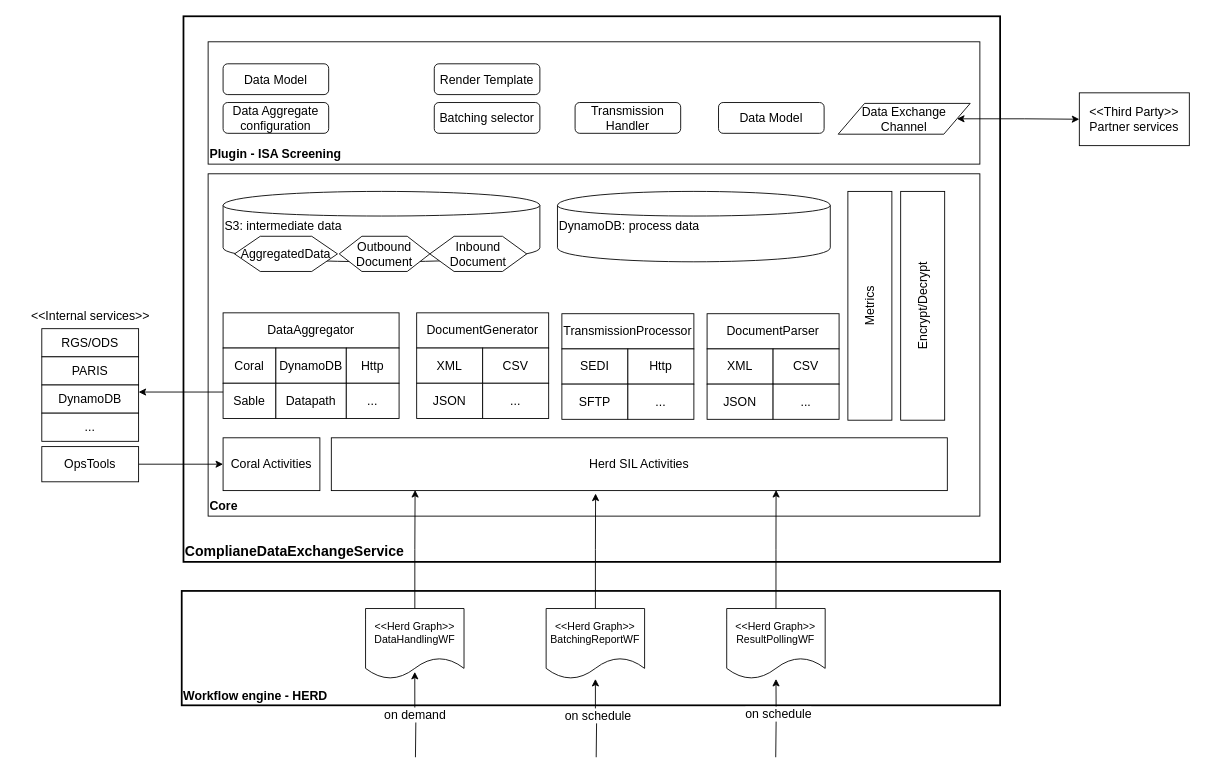
This is Untitled Diagram.drawio from dongposhi/Mimicat, a draw.io file, before an edit. Source tidied: cells renumbered, new cells numbered last; positions are measured from the earlier drawing's top-left corner, leaving out a move shared by most shapes. Both pictures are drawn from the tidied source at 88%, with x=0, y=0 at pixel (24, 16).
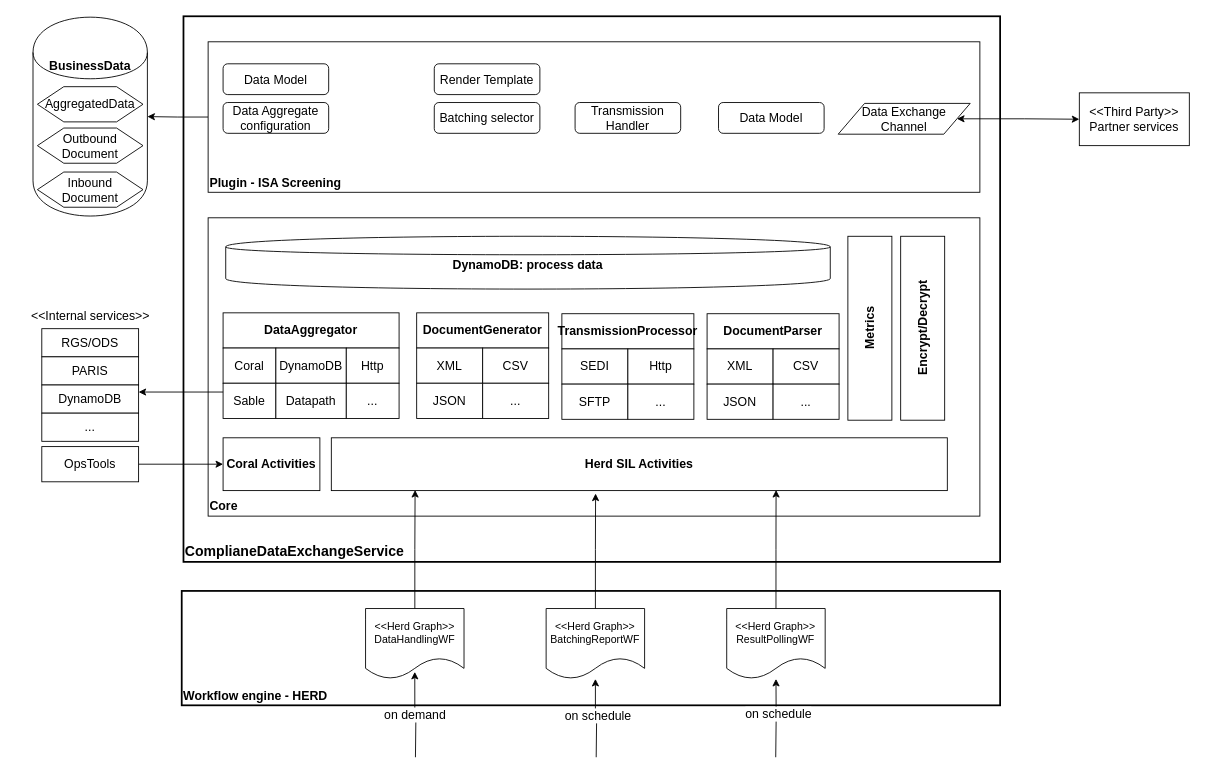
The same page after the edit.

Commit message:
Move business data storage to plugin domain

The change refers to these unchanged cells:
```xml
<mxCell id="3" style="group;" parent="1" vertex="1">
  <mxGeometry x="749" y="409" width="470" height="230" as="geometry" />
</mxCell>
<mxCell id="32" style="group;" parent="1" vertex="1">
  <mxGeometry x="226" y="317" width="200" height="140" as="geometry" />
</mxCell>
<mxCell id="40" style="group;" parent="1" vertex="1">
  <mxGeometry x="611" y="338" width="150" height="120" as="geometry" />
</mxCell>
<mxCell id="46" style="group;" parent="1" vertex="1">
  <mxGeometry x="446" y="337" width="150" height="120" as="geometry" />
</mxCell>
```

Change to the diagram source:
```diff
@@
     <mxCell id="4" value="Core" style="rounded=0;whiteSpace=wrap;html=1;fontSize=14;align=left;verticalAlign=bottom;fontStyle=1;" parent="3" vertex="1">
-      <mxGeometry x="-540" y="-230" width="877" height="389" as="geometry" />
+      <mxGeometry x="-540" y="-180" width="877" height="339" as="geometry" />
     </mxCell>
-    <mxCell id="5" value="DocumentParser" style="rounded=0;whiteSpace=wrap;html=1;fontSize=14;" parent="3" vertex="1">
+    <mxCell id="5" value="DocumentParser" style="rounded=0;whiteSpace=wrap;html=1;fontSize=14;fontStyle=1;" parent="3" vertex="1">
       <mxGeometry x="27" y="-71" width="150" height="40" as="geometry" />
     </mxCell>
@@
-    <mxCell id="10" value="DynamoDB: process data" style="shape=cylinder;whiteSpace=wrap;html=1;boundedLbl=1;backgroundOutline=1;fontSize=14;align=left;verticalAlign=top;" parent="3" vertex="1">
-      <mxGeometry x="-143" y="-210" width="310" height="80" as="geometry" />
-    </mxCell>
-    <mxCell id="11" value="S3: intermediate data" style="shape=cylinder;whiteSpace=wrap;html=1;boundedLbl=1;backgroundOutline=1;fontSize=14;align=left;verticalAlign=top;" parent="3" vertex="1">
-      <mxGeometry x="-523" y="-210" width="360" height="80" as="geometry" />
-    </mxCell>
-    <mxCell id="12" value="Coral Activities" style="rounded=0;whiteSpace=wrap;html=1;fontSize=14;align=center;" parent="3" vertex="1">
+    <mxCell id="12" value="Coral Activities" style="rounded=0;whiteSpace=wrap;html=1;fontSize=14;align=center;fontStyle=1;" parent="3" vertex="1">
       <mxGeometry x="-523" y="70" width="110" height="60" as="geometry" />
     </mxCell>
-    <mxCell id="13" value="Outbound&lt;br&gt;Document" style="shape=hexagon;perimeter=hexagonPerimeter2;whiteSpace=wrap;html=1;fontSize=14;" parent="3" vertex="1">
-      <mxGeometry x="-391" y="-159" width="103" height="40" as="geometry" />
-    </mxCell>
-    <mxCell id="14" value="Inbound&lt;br&gt;Document" style="shape=hexagon;perimeter=hexagonPerimeter2;whiteSpace=wrap;html=1;fontSize=14;" parent="3" vertex="1">
-      <mxGeometry x="-288" y="-159" width="110" height="40" as="geometry" />
-    </mxCell>
@@
+    <mxCell id="73" style="edgeStyle=orthogonalEdgeStyle;rounded=0;jettySize=auto;html=1;startArrow=none;startFill=0;endArrow=classic;endFill=1;fontSize=14;" parent="1" edge="1" source="20" target="11">
+      <mxGeometry relative="1" as="geometry" />
+    </mxCell>
     <mxCell id="20" value="Plugin - ISA Screening" style="rounded=0;whiteSpace=wrap;html=1;fontSize=14;align=left;verticalAlign=bottom;fontStyle=1;" parent="1" vertex="1">
-      <mxGeometry x="209" y="29" width="877" height="139" as="geometry" />
+      <mxGeometry x="209" y="29" width="877" height="171" as="geometry" />
     </mxCell>
@@
-    <mxCell id="33" value="DataAggregator" style="rounded=0;whiteSpace=wrap;html=1;fontSize=14;" parent="32" vertex="1">
+    <mxCell id="33" value="DataAggregator" style="rounded=0;whiteSpace=wrap;html=1;fontSize=14;fontStyle=1;" parent="32" vertex="1">
       <mxGeometry y="20" width="200" height="40" as="geometry" />
     </mxCell>
@@
-    <mxCell id="41" value="TransmissionProcessor" style="rounded=0;whiteSpace=wrap;html=1;fontSize=14;" parent="40" vertex="1">
+    <mxCell id="41" value="&lt;b&gt;TransmissionProcessor&lt;/b&gt;" style="rounded=0;whiteSpace=wrap;html=1;fontSize=14;" parent="40" vertex="1">
       <mxGeometry width="150" height="40" as="geometry" />
     </mxCell>
@@
-    <mxCell id="47" value="DocumentGenerator" style="rounded=0;whiteSpace=wrap;html=1;fontSize=14;" parent="46" vertex="1">
+    <mxCell id="47" value="DocumentGenerator" style="rounded=0;whiteSpace=wrap;html=1;fontSize=14;fontStyle=1;" parent="46" vertex="1">
       <mxGeometry width="150" height="40" as="geometry" />
     </mxCell>
@@
-    <mxCell id="53" value="Metrics" style="rounded=0;whiteSpace=wrap;html=1;fontSize=14;align=center;horizontal=0;" parent="1" vertex="1">
-      <mxGeometry x="936" y="199" width="50" height="260" as="geometry" />
+    <mxCell id="53" value="Metrics" style="rounded=0;whiteSpace=wrap;html=1;fontSize=14;align=center;horizontal=0;fontStyle=1;" parent="1" vertex="1">
+      <mxGeometry x="936" y="250" width="50" height="209" as="geometry" />
     </mxCell>
-    <mxCell id="54" value="Encrypt/Decrypt" style="rounded=0;whiteSpace=wrap;html=1;fontSize=14;align=center;horizontal=0;" parent="1" vertex="1">
-      <mxGeometry x="996" y="199" width="50" height="260" as="geometry" />
+    <mxCell id="54" value="Encrypt/Decrypt" style="rounded=0;whiteSpace=wrap;html=1;fontSize=14;align=center;horizontal=0;fontStyle=1;" parent="1" vertex="1">
+      <mxGeometry x="996" y="250" width="50" height="209" as="geometry" />
     </mxCell>
@@
-    <mxCell id="71" value="Herd SIL Activities" style="rounded=0;whiteSpace=wrap;html=1;fontSize=14;align=center;" parent="1" vertex="1">
+    <mxCell id="71" value="Herd SIL Activities" style="rounded=0;whiteSpace=wrap;html=1;fontSize=14;align=center;fontStyle=1;" parent="1" vertex="1">
       <mxGeometry x="349" y="479" width="700" height="60" as="geometry" />
     </mxCell>
+    <mxCell id="10" value="DynamoDB: process data" style="shape=cylinder;whiteSpace=wrap;html=1;boundedLbl=1;backgroundOutline=1;fontSize=14;align=center;verticalAlign=top;fontStyle=1;" parent="1" vertex="1">
+      <mxGeometry x="229" y="250" width="687" height="60" as="geometry" />
+    </mxCell>
+    <mxCell id="74" style="group;" parent="1" vertex="1">
+      <mxGeometry x="-10" y="1" width="170" height="226" as="geometry" />
+    </mxCell>
+    <mxCell id="11" value="&lt;b&gt;BusinessData&lt;/b&gt;" style="shape=cylinder;whiteSpace=wrap;html=1;boundedLbl=1;backgroundOutline=1;fontSize=14;align=center;verticalAlign=top;" parent="74" vertex="1">
+      <mxGeometry x="20" width="130" height="226" as="geometry" />
+    </mxCell>
-    <mxCell id="72" value="AggregatedData" style="shape=hexagon;perimeter=hexagonPerimeter2;whiteSpace=wrap;html=1;fontSize=14;" parent="1" vertex="1">
-      <mxGeometry x="239" y="250" width="117" height="40" as="geometry" />
+    <mxCell id="72" value="AggregatedData" style="shape=hexagon;perimeter=hexagonPerimeter2;whiteSpace=wrap;html=1;fontSize=14;" parent="74" vertex="1">
+      <mxGeometry x="25" y="79" width="120" height="40" as="geometry" />
     </mxCell>
+    <mxCell id="13" value="Outbound&lt;br&gt;Document" style="shape=hexagon;perimeter=hexagonPerimeter2;whiteSpace=wrap;html=1;fontSize=14;" parent="74" vertex="1">
+      <mxGeometry x="25" y="126" width="120" height="40" as="geometry" />
+    </mxCell>
+    <mxCell id="14" value="Inbound&lt;br&gt;Document" style="shape=hexagon;perimeter=hexagonPerimeter2;whiteSpace=wrap;html=1;fontSize=14;" parent="74" vertex="1">
+      <mxGeometry x="25" y="176" width="120" height="40" as="geometry" />
+    </mxCell>
```
